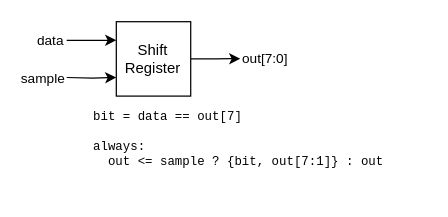
bryceberger/337-project keeps this draw.io diagram as page "Shift Register" (5 of 6) of diagrams/usb-rx.drawio. Above is the earlier version. Source tidied: cells renumbered, new cells numbered last; positions are measured from the earlier drawing's top-left corner, leaving out a move shared by most shapes. Both pictures are drawn from the tidied source at 124%, with x=0, y=0 at pixel (66, 21).
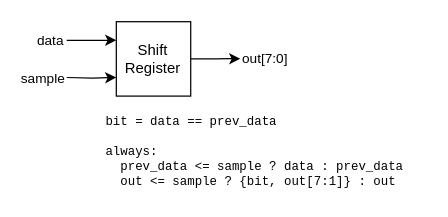
The same diagram, later.

Diff of the diagram source:
```diff
@@
 <mxGraphModel>
   <root>
     <mxCell id="0" />
     <mxCell id="1" parent="0" />
     <mxCell id="2" style="edgeStyle=orthogonalEdgeStyle;rounded=0;jettySize=auto;html=1;entryX=0;entryY=0.25;entryDx=0;entryDy=0;" parent="1" edge="1" target="8">
       <mxGeometry relative="1" as="geometry">
         <mxPoint x="0.3" y="15" as="sourcePoint" />
         <Array as="points">
           <mxPoint x="0.3" y="15" />
         </Array>
       </mxGeometry>
     </mxCell>
     <mxCell id="3" value="data" style="edgeLabel;html=1;align=center;verticalAlign=middle;" parent="2" vertex="1">
       <mxGeometry x="-0.9" y="-1" relative="1" as="geometry">
         <mxPoint x="-16" y="-2" as="offset" />
       </mxGeometry>
     </mxCell>
     <mxCell id="4" style="edgeStyle=orthogonalEdgeStyle;rounded=0;jettySize=auto;html=1;exitX=0;exitY=0.75;exitDx=0;exitDy=0;entryX=0;entryY=0.75;entryDx=0;entryDy=0;" parent="1" edge="1" target="8">
       <mxGeometry relative="1" as="geometry">
         <mxPoint x="0.3" y="45" as="sourcePoint" />
       </mxGeometry>
     </mxCell>
     <mxCell id="5" value="sample" style="edgeLabel;html=1;align=center;verticalAlign=middle;" parent="4" vertex="1">
       <mxGeometry x="-0.92" relative="1" as="geometry">
         <mxPoint x="-22" as="offset" />
       </mxGeometry>
     </mxCell>
     <mxCell id="6" style="edgeStyle=orthogonalEdgeStyle;rounded=0;jettySize=auto;html=1;exitX=1;exitY=0.5;exitDx=0;exitDy=0;" parent="1" edge="1" source="8">
       <mxGeometry relative="1" as="geometry">
         <mxPoint x="140.3" y="29.8" as="targetPoint" />
       </mxGeometry>
     </mxCell>
     <mxCell id="7" value="out[7:0]" style="edgeLabel;html=1;align=center;verticalAlign=middle;" parent="6" vertex="1">
       <mxGeometry x="0.72" y="1" relative="1" as="geometry">
         <mxPoint x="25" y="1" as="offset" />
       </mxGeometry>
     </mxCell>
     <mxCell id="8" value="Shift&lt;br&gt;Register" style="whiteSpace=wrap;html=1;" parent="1" vertex="1">
       <mxGeometry x="40.3" width="60" height="60" as="geometry" />
     </mxCell>
-    <mxCell id="9" value="bit = data == out[7]&lt;br&gt;&lt;br&gt;always:&lt;br&gt;&amp;nbsp; out &amp;lt;= sample ? {bit, out[7:1]} : out" style="text;html=1;strokeColor=none;fillColor=none;align=left;verticalAlign=middle;whiteSpace=wrap;rounded=0;labelBackgroundColor=none;fontFamily=Courier New;fontSize=10;" parent="1" vertex="1">
-      <mxGeometry x="20.3" y="60" width="260" height="70" as="geometry" />
+    <mxCell id="9" value="bit = data == prev_data&lt;br&gt;&lt;br&gt;always:&lt;br&gt;&amp;nbsp; prev_data &amp;lt;= sample ? data : prev_data&lt;br&gt;&amp;nbsp; out &amp;lt;= sample ? {bit, out[7:1]} : out" style="text;html=1;strokeColor=none;fillColor=none;align=left;verticalAlign=middle;whiteSpace=wrap;rounded=0;labelBackgroundColor=none;fontFamily=Courier New;fontSize=10;" parent="1" vertex="1">
+      <mxGeometry x="30" y="70" width="260" height="70" as="geometry" />
     </mxCell>
   </root>
 </mxGraphModel>
```
